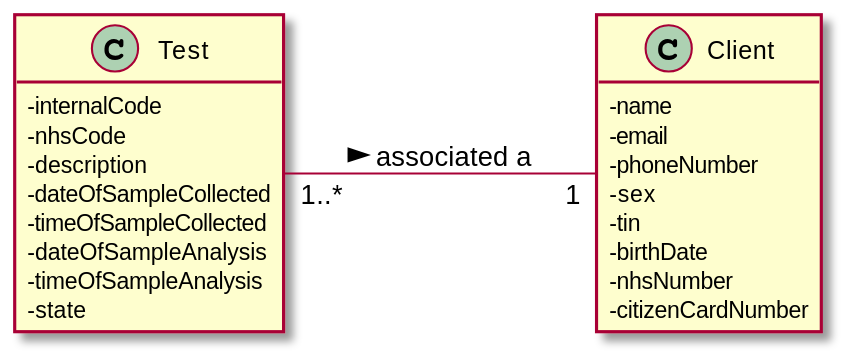
Above: docs/SprintD/US01/US1_MD.svg in manu-07-ela/LAPR2_ISEP (PlantUML), before the change.
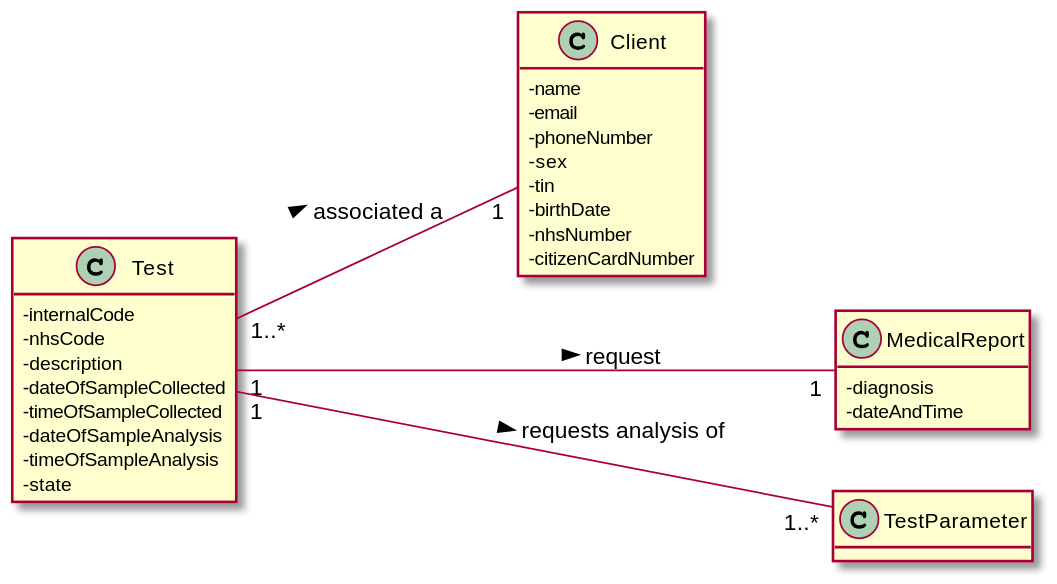
The same diagram one commit later.

Diff of the diagram source:
```diff
@@ -26,7 +26,15 @@
    - citizenCardNumber
 }
 
+
+class MedicalReport{
+-diagnosis
+-dateAndTime
+}
+
 Test "1..*" -- "1" Client : associated a >
+Test "1" ---"1" MedicalReport : request >
+Test "1" ---"1..*" TestParameter : requests analysis of >
 
 
 
```
